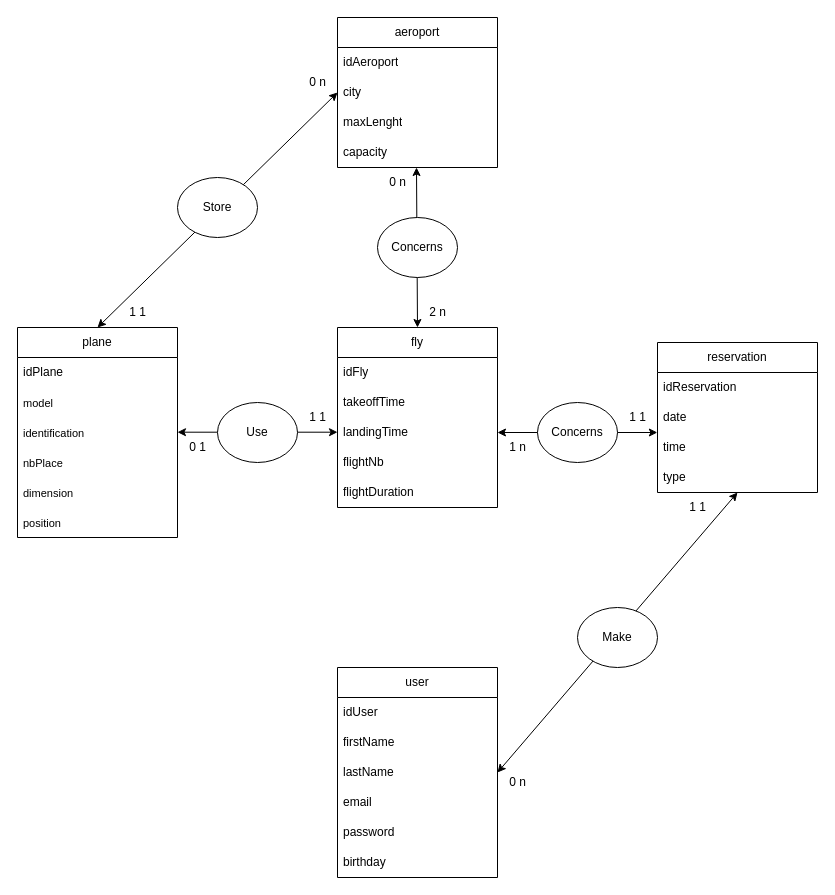
Evan-Duval/Flying-Web keeps this draw.io diagram as MCD Flying Web.drawio. Above is the earlier version. Source tidied: cells renumbered, new cells numbered last; positions are measured from the earlier drawing's top-left corner, leaving out a move shared by most shapes. Both pictures are drawn from the tidied source at 100%, with x=0, y=0 at pixel (17, 17).
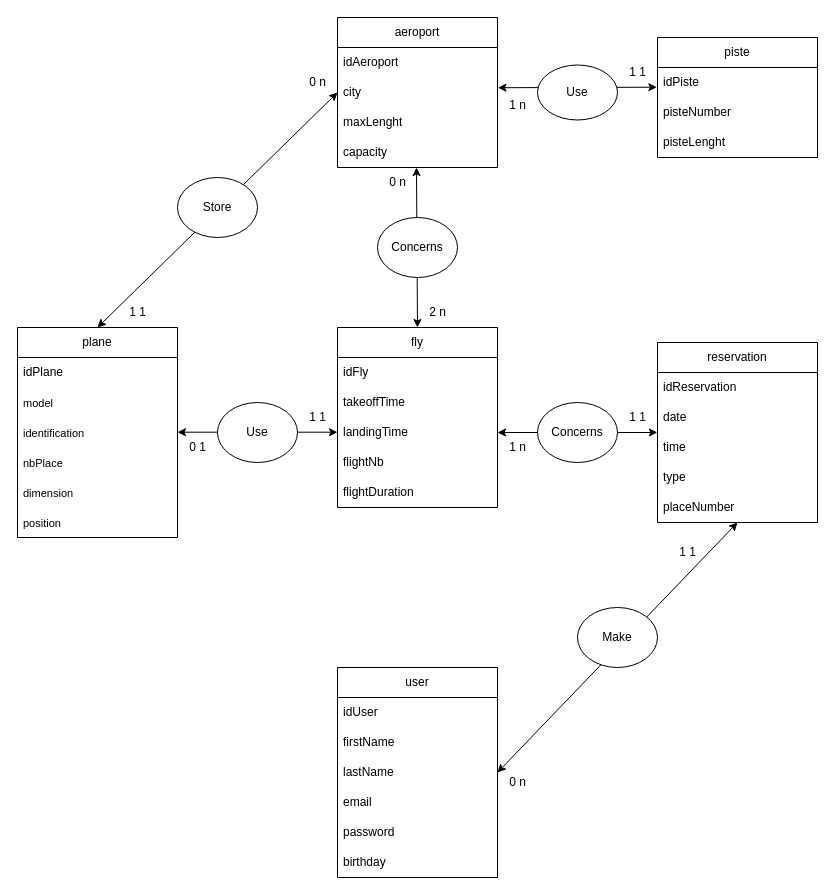
Above is the later version.

The change refers to these unchanged cells:
```xml
<mxCell id="11" value="city" style="text;strokeColor=none;fillColor=none;align=left;verticalAlign=middle;spacingLeft=4;spacingRight=4;overflow=hidden;points=[[0,0.5],[1,0.5]];portConstraint=eastwest;whiteSpace=wrap;html=1;" parent="9" vertex="1">
  <mxGeometry y="60" width="160" height="30" as="geometry" />
</mxCell>
```

What changed in the source:
```diff
@@
     <mxCell id="43" value="reservation" style="swimlane;fontStyle=0;horizontal=1;startSize=30;whiteSpace=wrap;html=1;" parent="1" vertex="1">
-      <mxGeometry x="640" y="325" width="160" height="150" as="geometry" />
+      <mxGeometry x="640" y="325" width="160" height="180" as="geometry" />
     </mxCell>
@@
+    <mxCell id="52" value="placeNumber" style="text;strokeColor=none;fillColor=none;align=left;verticalAlign=middle;spacingLeft=4;spacingRight=4;overflow=hidden;whiteSpace=wrap;html=1;" parent="43" vertex="1">
+      <mxGeometry y="150" width="160" height="30" as="geometry" />
+    </mxCell>
@@
     <mxCell id="51" value="1 1" style="text;html=1;align=center;verticalAlign=middle;strokeColor=none;fillColor=none;" parent="1" vertex="1">
-      <mxGeometry x="660" y="475" width="40" height="30" as="geometry" />
+      <mxGeometry x="650" y="520" width="40" height="30" as="geometry" />
     </mxCell>
+    <mxCell id="53" value="piste" style="swimlane;fontStyle=0;horizontal=1;startSize=30;whiteSpace=wrap;html=1;" parent="1" vertex="1">
+      <mxGeometry x="640" y="20" width="160" height="120" as="geometry" />
+    </mxCell>
+    <mxCell id="54" value="idPiste" style="text;strokeColor=none;fillColor=none;align=left;verticalAlign=middle;spacingLeft=4;spacingRight=4;overflow=hidden;points=[[0,0.5],[1,0.5]];portConstraint=eastwest;whiteSpace=wrap;html=1;" parent="53" vertex="1">
+      <mxGeometry y="30" width="160" height="30" as="geometry" />
+    </mxCell>
+    <mxCell id="55" value="pisteNumber" style="text;strokeColor=none;fillColor=none;align=left;verticalAlign=middle;spacingLeft=4;spacingRight=4;overflow=hidden;whiteSpace=wrap;html=1;" parent="53" vertex="1">
+      <mxGeometry y="60" width="160" height="30" as="geometry" />
+    </mxCell>
+    <mxCell id="56" value="pisteLenght" style="text;strokeColor=none;fillColor=none;align=left;verticalAlign=middle;spacingLeft=4;spacingRight=4;overflow=hidden;whiteSpace=wrap;html=1;" parent="53" vertex="1">
+      <mxGeometry y="90" width="160" height="30" as="geometry" />
+    </mxCell>
+    <mxCell id="57" style="endArrow=classic;startArrow=classic;html=1;rounded=0;exitX=1.003;exitY=0.341;exitDx=0;exitDy=0;exitPerimeter=0;entryX=-0.004;entryY=0.657;entryDx=0;entryDy=0;entryPerimeter=0;" parent="1" edge="1" source="11" target="54">
+      <mxGeometry relative="1" as="geometry" />
+    </mxCell>
+    <mxCell id="58" value="Use" style="ellipse;whiteSpace=wrap;html=1;" parent="1" vertex="1">
+      <mxGeometry x="520" y="47.5" width="80" height="55" as="geometry" />
+    </mxCell>
+    <mxCell id="59" value="1 1" style="text;html=1;align=center;verticalAlign=middle;strokeColor=none;fillColor=none;" parent="1" vertex="1">
+      <mxGeometry x="600" y="40" width="40" height="30" as="geometry" />
+    </mxCell>
+    <mxCell id="60" value="1 n" style="text;html=1;align=center;verticalAlign=middle;strokeColor=none;fillColor=none;" parent="1" vertex="1">
+      <mxGeometry x="480" y="72.5" width="40" height="30" as="geometry" />
+    </mxCell>
```
